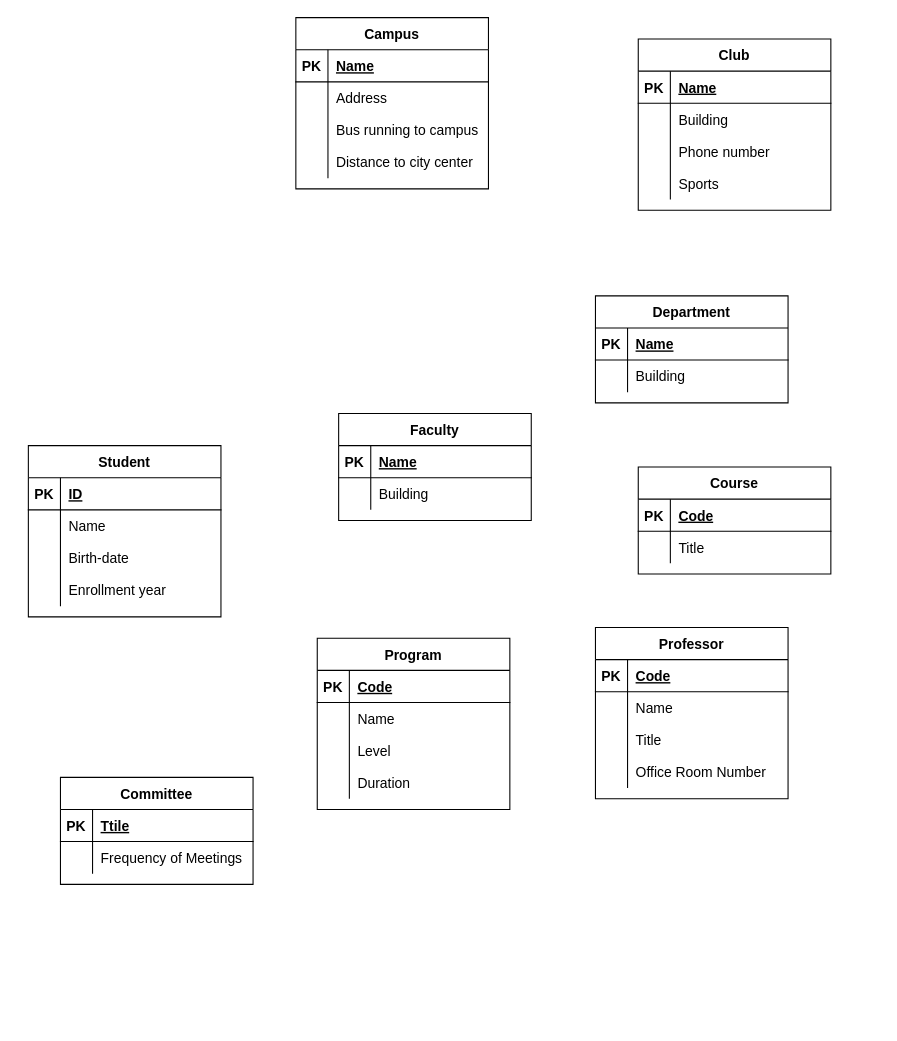
Earlier version of the draw.io diagram page "ERD" (2 of 2) of Untitled Diagram.drawio (theshaydays/BT2102-Assignments). Source tidied: cells renumbered, new cells numbered last; positions are measured from the earlier drawing's top-left corner, leaving out a move shared by most shapes. Both pictures are drawn from the tidied source at 107%, with x=0, y=0 at pixel (28, 17).
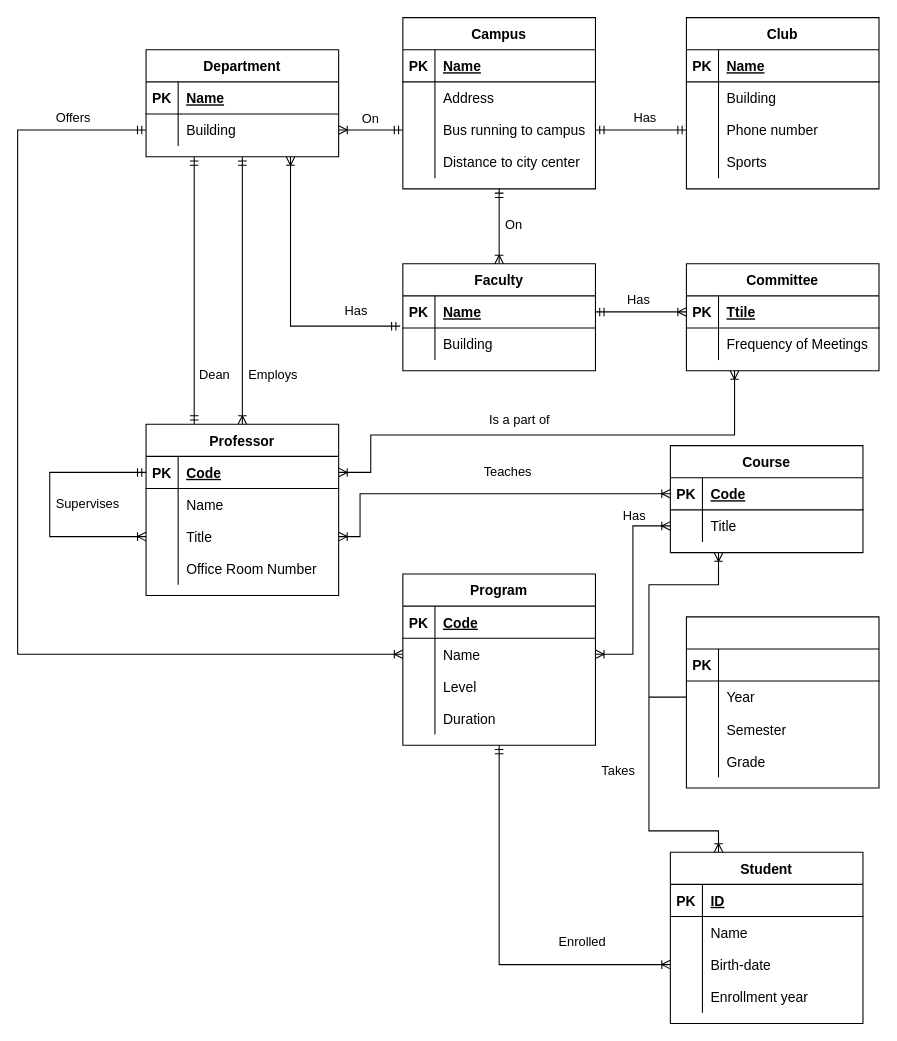
The same page after the edit.

The change refers to these unchanged cells:
```xml
<mxCell id="9" style="shape=tableRow;horizontal=0;startSize=0;swimlaneHead=0;swimlaneBody=0;fillColor=none;points=[[0,0.5],[1,0.5]];portConstraint=eastwest;top=0;left=0;right=0;bottom=0;fontSize=13;" parent="2" vertex="1">
  <mxGeometry y="90" width="180" height="30" as="geometry" />
</mxCell>
<mxCell id="22" style="shape=tableRow;horizontal=0;startSize=0;swimlaneHead=0;swimlaneBody=0;fillColor=none;points=[[0,0.5],[1,0.5]];portConstraint=eastwest;top=0;left=0;right=0;bottom=0;fontSize=13;" parent="15" vertex="1">
  <mxGeometry y="90" width="180" height="30" as="geometry" />
</mxCell>
<mxCell id="29" style="shape=tableRow;horizontal=0;startSize=0;swimlaneHead=0;swimlaneBody=0;fillColor=none;points=[[0,0.5],[1,0.5]];portConstraint=eastwest;top=0;left=0;right=0;bottom=1;fontSize=13;" parent="28" vertex="1">
  <mxGeometry y="30" width="180" height="30" as="geometry" />
</mxCell>
<mxCell id="39" style="shape=tableRow;horizontal=0;startSize=0;swimlaneHead=0;swimlaneBody=0;fillColor=none;points=[[0,0.5],[1,0.5]];portConstraint=eastwest;top=0;left=0;right=0;bottom=0;fontSize=13;" parent="35" vertex="1">
  <mxGeometry y="60" width="180" height="30" as="geometry" />
</mxCell>
<mxCell id="47" style="shape=tableRow;horizontal=0;startSize=0;swimlaneHead=0;swimlaneBody=0;fillColor=none;points=[[0,0.5],[1,0.5]];portConstraint=eastwest;top=0;left=0;right=0;bottom=0;fontSize=13;" parent="43" vertex="1">
  <mxGeometry y="60" width="180" height="30" as="geometry" />
</mxCell>
<mxCell id="57" style="shape=tableRow;horizontal=0;startSize=0;swimlaneHead=0;swimlaneBody=0;fillColor=none;points=[[0,0.5],[1,0.5]];portConstraint=eastwest;top=0;left=0;right=0;bottom=1;fontSize=13;" parent="56" vertex="1">
  <mxGeometry y="30" width="180" height="30" as="geometry" />
</mxCell>
<mxCell id="60" style="shape=tableRow;horizontal=0;startSize=0;swimlaneHead=0;swimlaneBody=0;fillColor=none;points=[[0,0.5],[1,0.5]];portConstraint=eastwest;top=0;left=0;right=0;bottom=0;fontSize=13;" parent="56" vertex="1">
  <mxGeometry y="60" width="180" height="30" as="geometry" />
</mxCell>
<mxCell id="70" style="shape=tableRow;horizontal=0;startSize=0;swimlaneHead=0;swimlaneBody=0;fillColor=none;points=[[0,0.5],[1,0.5]];portConstraint=eastwest;top=0;left=0;right=0;bottom=0;fontSize=13;" parent="63" vertex="1">
  <mxGeometry y="90" width="180" height="30" as="geometry" />
</mxCell>
<mxCell id="77" style="shape=tableRow;horizontal=0;startSize=0;swimlaneHead=0;swimlaneBody=0;fillColor=none;points=[[0,0.5],[1,0.5]];portConstraint=eastwest;top=0;left=0;right=0;bottom=1;fontSize=13;" parent="76" vertex="1">
  <mxGeometry y="30" width="180" height="30" as="geometry" />
</mxCell>
<mxCell id="83" style="shape=tableRow;horizontal=0;startSize=0;swimlaneHead=0;swimlaneBody=0;fillColor=none;points=[[0,0.5],[1,0.5]];portConstraint=eastwest;top=0;left=0;right=0;bottom=0;fontSize=13;" parent="76" vertex="1">
  <mxGeometry y="90" width="180" height="30" as="geometry" />
</mxCell>
<mxCell id="90" style="shape=tableRow;horizontal=0;startSize=0;swimlaneHead=0;swimlaneBody=0;fillColor=none;points=[[0,0.5],[1,0.5]];portConstraint=eastwest;top=0;left=0;right=0;bottom=1;fontSize=13;" parent="89" vertex="1">
  <mxGeometry y="30" width="180" height="30" as="geometry" />
</mxCell>
```

Change to the diagram source:
```diff
@@
     <mxCell id="2" value="Campus" style="shape=table;startSize=30;childLayout=tableLayout;rowLines=0;fontStyle=1;align=center;fontSize=13;" parent="1" vertex="1">
-      <mxGeometry x="250" width="180" height="160" as="geometry" />
+      <mxGeometry x="350" width="180" height="160" as="geometry" />
     </mxCell>
@@
     <mxCell id="15" value="Club" style="shape=table;startSize=30;childLayout=tableLayout;rowLines=0;fontStyle=1;align=center;fontSize=13;" parent="1" vertex="1">
-      <mxGeometry x="570" y="20" width="180" height="160" as="geometry" />
+      <mxGeometry x="615" width="180" height="160" as="geometry" />
     </mxCell>
@@
     <mxCell id="28" value="Faculty" style="shape=table;startSize=30;childLayout=tableLayout;rowLines=0;fontStyle=1;align=center;fontSize=13;" parent="1" vertex="1">
-      <mxGeometry x="290" y="370" width="180" height="100" as="geometry" />
+      <mxGeometry x="350" y="230" width="180" height="100" as="geometry" />
     </mxCell>
@@
     <mxCell id="35" value="Department" style="shape=table;startSize=30;childLayout=tableLayout;rowLines=0;fontStyle=1;align=center;fontSize=13;" parent="1" vertex="1">
-      <mxGeometry x="530" y="260" width="180" height="100" as="geometry" />
+      <mxGeometry x="110" y="30" width="180" height="100" as="geometry" />
     </mxCell>
@@
     <mxCell id="42" style="shape=partialRectangle;fillColor=none;top=0;left=0;bottom=0;right=0;align=left;spacingLeft=6;overflow=hidden;fontSize=13;" parent="1" vertex="1">
-      <mxGeometry x="40" y="330" width="150" height="30" as="geometry" />
+      <mxGeometry x="170" y="330" width="150" height="30" as="geometry" />
     </mxCell>
     <mxCell id="43" value="Program" style="shape=table;startSize=30;childLayout=tableLayout;rowLines=0;fontStyle=1;align=center;fontSize=13;" parent="1" vertex="1">
-      <mxGeometry x="270" y="580" width="180" height="160" as="geometry" />
+      <mxGeometry x="350" y="520" width="180" height="160" as="geometry" />
     </mxCell>
@@
     <mxCell id="56" value="Course" style="shape=table;startSize=30;childLayout=tableLayout;rowLines=0;fontStyle=1;align=center;fontSize=13;" parent="1" vertex="1">
-      <mxGeometry x="570" y="420" width="180" height="100" as="geometry" />
+      <mxGeometry x="600" y="400" width="180" height="100" as="geometry" />
     </mxCell>
@@
     <mxCell id="63" value="Student" style="shape=table;startSize=30;childLayout=tableLayout;rowLines=0;fontStyle=1;align=center;fontSize=13;" parent="1" vertex="1">
-      <mxGeometry y="400" width="180" height="160" as="geometry" />
+      <mxGeometry x="600" y="780" width="180" height="160" as="geometry" />
     </mxCell>
@@
     <mxCell id="76" value="Professor" style="shape=table;startSize=30;childLayout=tableLayout;rowLines=0;fontStyle=1;align=center;fontSize=13;" parent="1" vertex="1">
-      <mxGeometry x="530" y="570" width="180" height="160" as="geometry" />
+      <mxGeometry x="110" y="380" width="180" height="160" as="geometry" />
     </mxCell>
@@
+    <mxCell id="96" style="fontSize=12;html=1;endArrow=ERoneToMany;startArrow=ERmandOne;rounded=0;entryX=0;entryY=0.5;entryDx=0;entryDy=0;exitX=0;exitY=0.5;exitDx=0;exitDy=0;edgeStyle=orthogonalEdgeStyle;" parent="76" edge="1" source="77" target="83">
+      <mxGeometry relative="1" as="geometry">
+        <Array as="points">
+          <mxPoint x="-90" y="45" />
+          <mxPoint x="-90" y="105" />
+        </Array>
+      </mxGeometry>
+    </mxCell>
     <mxCell id="89" value="Committee" style="shape=table;startSize=30;childLayout=tableLayout;rowLines=0;fontStyle=1;align=center;fontSize=13;" parent="1" vertex="1">
-      <mxGeometry x="30" y="710" width="180" height="100" as="geometry" />
+      <mxGeometry x="615" y="230" width="180" height="100" as="geometry" />
     </mxCell>
@@
+    <mxCell id="97" style="edgeStyle=orthogonalEdgeStyle;fontSize=12;html=1;endArrow=ERmandOne;startArrow=ERmandOne;rounded=0;entryX=0;entryY=0.5;entryDx=0;entryDy=0;exitX=1;exitY=0.5;exitDx=0;exitDy=0;" parent="1" edge="1" source="9" target="22">
+      <mxGeometry relative="1" as="geometry" />
+    </mxCell>
+    <mxCell id="98" value="Has" style="text;strokeColor=none;fillColor=none;spacingLeft=4;spacingRight=4;overflow=hidden;fontSize=12;" parent="1" vertex="1">
+      <mxGeometry x="560" y="80" width="40" height="30" as="geometry" />
+    </mxCell>
+    <mxCell id="99" value="On" style="text;strokeColor=none;fillColor=none;spacingLeft=4;spacingRight=4;overflow=hidden;fontSize=12;" parent="1" vertex="1">
+      <mxGeometry x="440" y="180" width="40" height="30" as="geometry" />
+    </mxCell>
+    <mxCell id="100" style="fontSize=12;html=1;endArrow=ERoneToMany;startArrow=ERmandOne;rounded=0;entryX=0.5;entryY=0;entryDx=0;entryDy=0;exitX=0.5;exitY=1;exitDx=0;exitDy=0;" parent="1" edge="1" source="2" target="28">
+      <mxGeometry relative="1" as="geometry" />
+    </mxCell>
+    <mxCell id="101" style="fontSize=12;html=1;endArrow=ERoneToMany;startArrow=ERmandOne;rounded=0;entryX=0.75;entryY=1;entryDx=0;entryDy=0;exitX=-0.014;exitY=0.944;exitDx=0;exitDy=0;exitPerimeter=0;edgeStyle=orthogonalEdgeStyle;" parent="1" edge="1" source="29" target="35">
+      <mxGeometry relative="1" as="geometry" />
+    </mxCell>
+    <mxCell id="102" value="Has" style="text;strokeColor=none;fillColor=none;spacingLeft=4;spacingRight=4;overflow=hidden;fontSize=12;" parent="1" vertex="1">
+      <mxGeometry x="290" y="260" width="40" height="30" as="geometry" />
+    </mxCell>
+    <mxCell id="103" style="fontSize=12;html=1;endArrow=ERoneToMany;startArrow=ERmandOne;rounded=0;entryX=1;entryY=0.5;entryDx=0;entryDy=0;exitX=0;exitY=0.5;exitDx=0;exitDy=0;edgeStyle=orthogonalEdgeStyle;" parent="1" edge="1" source="9" target="39">
+      <mxGeometry relative="1" as="geometry" />
+    </mxCell>
+    <mxCell id="104" value="On" style="text;strokeColor=none;fillColor=none;spacingLeft=4;spacingRight=4;overflow=hidden;fontSize=12;" parent="1" vertex="1">
+      <mxGeometry x="306" y="81" width="40" height="30" as="geometry" />
+    </mxCell>
+    <mxCell id="105" style="edgeStyle=orthogonalEdgeStyle;fontSize=12;html=1;endArrow=ERmandOne;startArrow=ERmandOne;rounded=0;entryX=0.25;entryY=0;entryDx=0;entryDy=0;exitX=0.25;exitY=1;exitDx=0;exitDy=0;" parent="1" edge="1" source="35" target="76">
+      <mxGeometry relative="1" as="geometry" />
+    </mxCell>
+    <mxCell id="106" value="Dean" style="text;strokeColor=none;fillColor=none;spacingLeft=4;spacingRight=4;overflow=hidden;fontSize=12;" parent="1" vertex="1">
+      <mxGeometry x="154" y="320" width="40" height="30" as="geometry" />
+    </mxCell>
+    <mxCell id="107" style="fontSize=12;html=1;endArrow=ERoneToMany;startArrow=ERmandOne;rounded=0;entryX=0.5;entryY=0;entryDx=0;entryDy=0;exitX=0.5;exitY=1;exitDx=0;exitDy=0;edgeStyle=orthogonalEdgeStyle;" parent="1" edge="1" source="35" target="76">
+      <mxGeometry relative="1" as="geometry" />
+    </mxCell>
+    <mxCell id="108" value="Employs" style="text;strokeColor=none;fillColor=none;spacingLeft=4;spacingRight=4;overflow=hidden;fontSize=12;" parent="1" vertex="1">
+      <mxGeometry x="200" y="320" width="80" height="30" as="geometry" />
+    </mxCell>
+    <mxCell id="109" style="fontSize=12;html=1;endArrow=ERoneToMany;startArrow=ERmandOne;rounded=0;exitX=0;exitY=0.5;exitDx=0;exitDy=0;edgeStyle=orthogonalEdgeStyle;entryX=0;entryY=0.5;entryDx=0;entryDy=0;" parent="1" edge="1" source="39" target="47">
+      <mxGeometry relative="1" as="geometry">
+        <Array as="points">
+          <mxPoint x="-10" y="105" />
+          <mxPoint x="-10" y="595" />
+        </Array>
+      </mxGeometry>
+    </mxCell>
+    <mxCell id="110" value="Offers" style="text;strokeColor=none;fillColor=none;spacingLeft=4;spacingRight=4;overflow=hidden;fontSize=12;" parent="1" vertex="1">
+      <mxGeometry x="20" y="80" width="50" height="30" as="geometry" />
+    </mxCell>
+    <mxCell id="111" style="edgeStyle=orthogonalEdgeStyle;fontSize=12;html=1;endArrow=ERoneToMany;startArrow=ERoneToMany;rounded=0;entryX=0;entryY=0.5;entryDx=0;entryDy=0;exitX=1;exitY=0.5;exitDx=0;exitDy=0;" parent="1" edge="1" source="47" target="60">
+      <mxGeometry relative="1" as="geometry" />
+    </mxCell>
+    <mxCell id="112" value="Has" style="text;strokeColor=none;fillColor=none;spacingLeft=4;spacingRight=4;overflow=hidden;fontSize=12;" parent="1" vertex="1">
+      <mxGeometry x="550" y="452" width="40" height="30" as="geometry" />
+    </mxCell>
+    <mxCell id="113" style="fontSize=12;html=1;endArrow=ERoneToMany;startArrow=ERmandOne;rounded=0;exitX=0.5;exitY=1;exitDx=0;exitDy=0;edgeStyle=orthogonalEdgeStyle;entryX=0;entryY=0.5;entryDx=0;entryDy=0;" parent="1" edge="1" source="43" target="70">
+      <mxGeometry relative="1" as="geometry">
+        <Array as="points">
+          <mxPoint x="440" y="885" />
+        </Array>
+      </mxGeometry>
+    </mxCell>
+    <mxCell id="114" value="Enrolled" style="text;strokeColor=none;fillColor=none;spacingLeft=4;spacingRight=4;overflow=hidden;fontSize=12;" parent="1" vertex="1">
+      <mxGeometry x="490" y="850" width="60" height="30" as="geometry" />
+    </mxCell>
+    <mxCell id="115" style="fontSize=12;html=1;endArrow=ERoneToMany;startArrow=ERoneToMany;rounded=0;entryX=0.25;entryY=1;entryDx=0;entryDy=0;exitX=0.25;exitY=0;exitDx=0;exitDy=0;edgeStyle=orthogonalEdgeStyle;" parent="1" edge="1" source="63" target="56">
+      <mxGeometry relative="1" as="geometry">
+        <Array as="points">
+          <mxPoint x="645" y="760" />
+          <mxPoint x="580" y="760" />
+          <mxPoint x="580" y="530" />
+          <mxPoint x="645" y="530" />
+        </Array>
+      </mxGeometry>
+    </mxCell>
+    <mxCell id="116" style="shape=table;startSize=30;childLayout=tableLayout;rowLines=0;fontStyle=1;align=center;fontSize=13;" parent="1" vertex="1">
+      <mxGeometry x="615" y="560" width="180" height="160" as="geometry" />
+    </mxCell>
+    <mxCell id="117" style="shape=tableRow;horizontal=0;startSize=0;swimlaneHead=0;swimlaneBody=0;fillColor=none;top=0;left=0;right=0;bottom=1;fontSize=13;" parent="116" vertex="1">
+      <mxGeometry y="30" width="180" height="30" as="geometry" />
+    </mxCell>
+    <mxCell id="118" value="PK" style="shape=partialRectangle;fillColor=none;top=0;left=0;bottom=0;right=0;fontStyle=1;overflow=hidden;fontSize=13;" parent="117" vertex="1">
+      <mxGeometry width="30" height="30" as="geometry" />
+    </mxCell>
+    <mxCell id="119" style="shape=partialRectangle;fillColor=none;top=0;left=0;bottom=0;right=0;align=left;spacingLeft=6;fontStyle=5;overflow=hidden;fontSize=13;" parent="117" vertex="1">
+      <mxGeometry x="30" width="150" height="30" as="geometry" />
+    </mxCell>
+    <mxCell id="120" style="shape=tableRow;horizontal=0;startSize=0;swimlaneHead=0;swimlaneBody=0;fillColor=none;points=[[0,0.5],[1,0.5]];portConstraint=eastwest;top=0;left=0;right=0;bottom=0;fontSize=13;" parent="116" vertex="1">
+      <mxGeometry y="60" width="180" height="30" as="geometry" />
+    </mxCell>
+    <mxCell id="121" style="shape=partialRectangle;fillColor=none;top=0;left=0;bottom=0;right=0;overflow=hidden;fontSize=13;" parent="120" vertex="1">
+      <mxGeometry width="30" height="30" as="geometry" />
+    </mxCell>
+    <mxCell id="122" value="Year" style="shape=partialRectangle;fillColor=none;top=0;left=0;bottom=0;right=0;align=left;spacingLeft=6;overflow=hidden;fontSize=13;" parent="120" vertex="1">
+      <mxGeometry x="30" width="150" height="30" as="geometry" />
+    </mxCell>
+    <mxCell id="123" style="shape=tableRow;horizontal=0;startSize=0;swimlaneHead=0;swimlaneBody=0;fillColor=none;top=0;left=0;right=0;bottom=0;fontSize=13;" parent="116" vertex="1">
+      <mxGeometry y="90" width="180" height="30" as="geometry" />
+    </mxCell>
+    <mxCell id="124" style="shape=partialRectangle;fillColor=none;top=0;left=0;bottom=0;right=0;overflow=hidden;fontSize=13;" parent="123" vertex="1">
+      <mxGeometry width="30" height="30" as="geometry" />
+    </mxCell>
+    <mxCell id="125" value="Semester" style="shape=partialRectangle;fillColor=none;top=0;left=0;bottom=0;right=0;align=left;spacingLeft=6;overflow=hidden;fontSize=13;" parent="123" vertex="1">
+      <mxGeometry x="30" width="150" height="30" as="geometry" />
+    </mxCell>
+    <mxCell id="126" style="shape=tableRow;horizontal=0;startSize=0;swimlaneHead=0;swimlaneBody=0;fillColor=none;top=0;left=0;right=0;bottom=0;fontSize=13;" parent="116" vertex="1">
+      <mxGeometry y="120" width="180" height="30" as="geometry" />
+    </mxCell>
+    <mxCell id="127" style="shape=partialRectangle;fillColor=none;top=0;left=0;bottom=0;right=0;overflow=hidden;fontSize=13;" parent="126" vertex="1">
+      <mxGeometry width="30" height="30" as="geometry" />
+    </mxCell>
+    <mxCell id="128" value="Grade" style="shape=partialRectangle;fillColor=none;top=0;left=0;bottom=0;right=0;align=left;spacingLeft=6;overflow=hidden;fontSize=13;" parent="126" vertex="1">
+      <mxGeometry x="30" width="150" height="30" as="geometry" />
+    </mxCell>
+    <mxCell id="129" style="endArrow=none;html=1;rounded=0;fontSize=13;entryX=0;entryY=0.5;entryDx=0;entryDy=0;" parent="1" edge="1" target="120">
+      <mxGeometry relative="1" as="geometry">
+        <mxPoint x="580" y="635" as="sourcePoint" />
+      </mxGeometry>
+    </mxCell>
+    <mxCell id="130" value="Takes" style="text;strokeColor=none;fillColor=none;spacingLeft=4;spacingRight=4;overflow=hidden;fontSize=12;" parent="1" vertex="1">
+      <mxGeometry x="530" y="690" width="50" height="30" as="geometry" />
+    </mxCell>
+    <mxCell id="131" style="edgeStyle=orthogonalEdgeStyle;fontSize=12;html=1;endArrow=ERoneToMany;startArrow=ERoneToMany;rounded=0;entryX=0;entryY=0.5;entryDx=0;entryDy=0;exitX=1;exitY=0.5;exitDx=0;exitDy=0;" parent="1" edge="1" source="83" target="57">
+      <mxGeometry relative="1" as="geometry">
+        <Array as="points">
+          <mxPoint x="310" y="485" />
+          <mxPoint x="310" y="445" />
+        </Array>
+      </mxGeometry>
+    </mxCell>
+    <mxCell id="132" value="Teaches" style="text;strokeColor=none;fillColor=none;spacingLeft=4;spacingRight=4;overflow=hidden;fontSize=12;" parent="1" vertex="1">
+      <mxGeometry x="420" y="411" width="70" height="30" as="geometry" />
+    </mxCell>
+    <mxCell id="133" value="Supervises" style="text;strokeColor=none;fillColor=none;spacingLeft=4;spacingRight=4;overflow=hidden;fontSize=12;" parent="1" vertex="1">
+      <mxGeometry x="20" y="441" width="80" height="30" as="geometry" />
+    </mxCell>
+    <mxCell id="134" style="edgeStyle=orthogonalEdgeStyle;fontSize=12;html=1;endArrow=ERoneToMany;startArrow=ERoneToMany;rounded=0;entryX=0.25;entryY=1;entryDx=0;entryDy=0;exitX=1;exitY=0.5;exitDx=0;exitDy=0;" parent="1" edge="1" source="77" target="89">
+      <mxGeometry relative="1" as="geometry">
+        <Array as="points">
+          <mxPoint x="320" y="425" />
+          <mxPoint x="320" y="390" />
+          <mxPoint x="660" y="390" />
+        </Array>
+      </mxGeometry>
+    </mxCell>
+    <mxCell id="135" value="Is a part of" style="text;strokeColor=none;fillColor=none;spacingLeft=4;spacingRight=4;overflow=hidden;fontSize=12;" parent="1" vertex="1">
+      <mxGeometry x="425" y="362" width="70" height="30" as="geometry" />
+    </mxCell>
+    <mxCell id="136" style="fontSize=12;html=1;endArrow=ERoneToMany;startArrow=ERmandOne;rounded=0;entryX=0;entryY=0.5;entryDx=0;entryDy=0;exitX=1;exitY=0.5;exitDx=0;exitDy=0;edgeStyle=orthogonalEdgeStyle;" parent="1" edge="1" source="29" target="90">
+      <mxGeometry relative="1" as="geometry" />
+    </mxCell>
+    <mxCell id="137" value="Has" style="text;strokeColor=none;fillColor=none;spacingLeft=4;spacingRight=4;overflow=hidden;fontSize=12;" parent="1" vertex="1">
+      <mxGeometry x="554" y="250" width="40" height="30" as="geometry" />
+    </mxCell>
```
